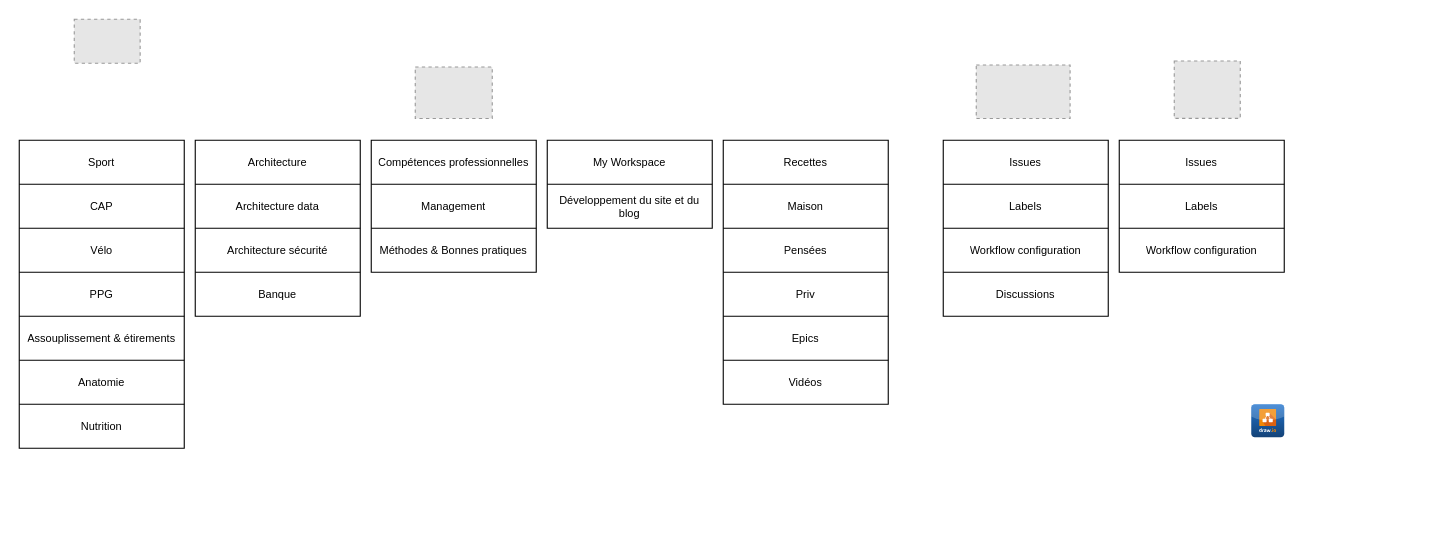
TheFeloDevTeam/Diagrams keeps this draw.io diagram as MyDesktop.drawio. Above is the earlier version. Source tidied: cells renumbered, new cells numbered last; positions are measured from the earlier drawing's top-left corner, leaving out a move shared by most shapes. Both pictures are drawn from the tidied source at 110%, with x=0, y=0 at pixel (19, 19). Pictures stored in the file or linked from it are replaced by grey dashed boxes.
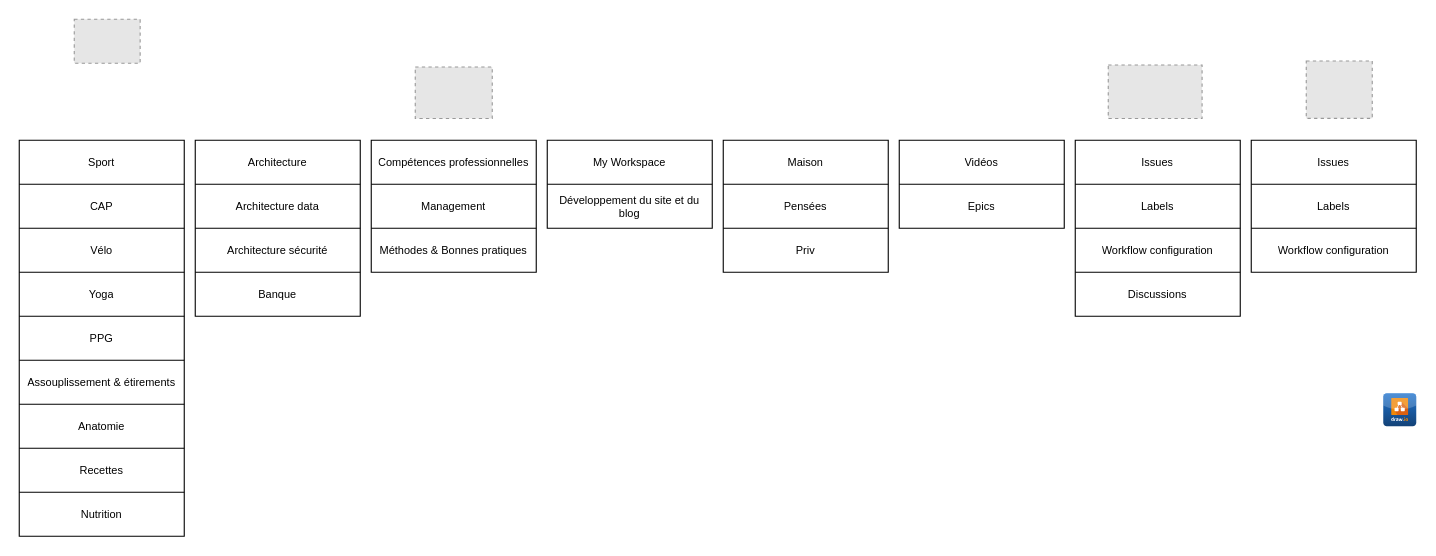
Above is the later version.

The edit, as a diff of the source:
```diff
@@
     <mxCell id="6" style="fillColor=#E6E6E6;strokeColor=#999999;dashed=1;verticalLabelPosition=bottom;labelBackgroundColor=#ffffff;verticalAlign=top;" parent="1" vertex="1">
-      <mxGeometry x="870" y="41.6" width="85.3" height="48.6" as="geometry" />
+      <mxGeometry x="990" y="41.6" width="85.3" height="48.6" as="geometry" />
     </mxCell>
     <mxCell id="7" style="fillColor=#E6E6E6;strokeColor=#999999;dashed=1;verticalLabelPosition=bottom;labelBackgroundColor=#ffffff;verticalAlign=top;" parent="1" vertex="1">
-      <mxGeometry x="1050" y="38" width="60" height="52.1" as="geometry" />
+      <mxGeometry x="1170" y="38" width="60" height="52.1" as="geometry" />
     </mxCell>
     <mxCell id="8" style="shape=table;html=1;whiteSpace=wrap;startSize=0;childLayout=tableLayout;fontSize=10;spacing=4;" parent="1" vertex="1">
-      <mxGeometry x="1000" y="110" width="150" height="120" as="geometry" />
+      <mxGeometry x="1120" y="110" width="150" height="120" as="geometry" />
     </mxCell>
@@
     <mxCell id="15" style="shape=table;html=1;whiteSpace=wrap;startSize=0;childLayout=tableLayout;fontSize=10;spacing=4;" parent="1" vertex="1">
-      <mxGeometry x="840" y="110" width="150" height="160" as="geometry" />
+      <mxGeometry x="960" y="110" width="150" height="160" as="geometry" />
     </mxCell>
@@
     <mxCell id="24" style="shape=table;whiteSpace=wrap;startSize=0;childLayout=tableLayout;spacing=4;html=1;fontSize=12;" parent="1" vertex="1">
-      <mxGeometry y="110" width="150" height="280" as="geometry" />
+      <mxGeometry y="110" width="150" height="360" as="geometry" />
     </mxCell>
@@
+    <mxCell id="74" style="shape=partialRectangle;html=1;whiteSpace=wrap;fillColor=none;top=0;left=0;bottom=0;right=0;" parent="24" vertex="1">
+      <mxGeometry y="120" width="150" height="40" as="geometry" />
+    </mxCell>
+    <mxCell id="75" value="Yoga" style="shape=partialRectangle;html=1;whiteSpace=wrap;fillColor=none;top=0;left=0;bottom=0;right=0;overflow=hidden;spacing=4;fontSize=10;" parent="74" vertex="1">
+      <mxGeometry width="150" height="40" as="geometry" />
+    </mxCell>
     <mxCell id="31" style="shape=partialRectangle;html=1;whiteSpace=wrap;fillColor=none;top=0;left=0;bottom=0;right=0;" parent="24" vertex="1">
-      <mxGeometry y="120" width="150" height="40" as="geometry" />
+      <mxGeometry y="160" width="150" height="40" as="geometry" />
     </mxCell>
@@
     <mxCell id="33" style="shape=partialRectangle;html=1;whiteSpace=wrap;fillColor=none;top=0;left=0;bottom=0;right=0;" parent="24" vertex="1">
-      <mxGeometry y="160" width="150" height="40" as="geometry" />
+      <mxGeometry y="200" width="150" height="40" as="geometry" />
     </mxCell>
@@
     <mxCell id="35" style="shape=partialRectangle;html=1;whiteSpace=wrap;fillColor=none;top=0;left=0;bottom=0;right=0;" parent="24" vertex="1">
-      <mxGeometry y="200" width="150" height="40" as="geometry" />
+      <mxGeometry y="240" width="150" height="40" as="geometry" />
     </mxCell>
@@
+    <mxCell id="61" style="shape=partialRectangle;html=1;whiteSpace=wrap;fillColor=none;top=0;left=0;bottom=0;right=0;fontSize=10;spacing=4;" parent="24" vertex="1">
+      <mxGeometry y="280" width="150" height="40" as="geometry" />
+    </mxCell>
+    <mxCell id="62" value="Recettes" style="shape=partialRectangle;html=1;whiteSpace=wrap;fillColor=none;top=0;left=0;bottom=0;right=0;overflow=hidden;fontSize=10;spacing=4;" parent="61" vertex="1">
+      <mxGeometry width="150" height="40" as="geometry" />
+    </mxCell>
     <mxCell id="37" style="shape=partialRectangle;html=1;whiteSpace=wrap;fillColor=none;top=0;left=0;bottom=0;right=0;" parent="24" vertex="1">
-      <mxGeometry y="240" width="150" height="40" as="geometry" />
+      <mxGeometry y="320" width="150" height="40" as="geometry" />
     </mxCell>
@@
     <mxCell id="60" style="shape=table;html=1;whiteSpace=wrap;startSize=0;childLayout=tableLayout;fontSize=10;spacing=4;" parent="1" vertex="1">
-      <mxGeometry x="640" y="110" width="150" height="240" as="geometry" />
+      <mxGeometry x="640" y="110" width="150" height="120" as="geometry" />
     </mxCell>
-    <mxCell id="61" style="shape=partialRectangle;html=1;whiteSpace=wrap;fillColor=none;top=0;left=0;bottom=0;right=0;fontSize=10;spacing=4;" parent="60" vertex="1">
-      <mxGeometry width="150" height="40" as="geometry" />
-    </mxCell>
-    <mxCell id="62" value="Recettes" style="shape=partialRectangle;html=1;whiteSpace=wrap;fillColor=none;top=0;left=0;bottom=0;right=0;overflow=hidden;fontSize=10;spacing=4;" parent="61" vertex="1">
-      <mxGeometry width="150" height="40" as="geometry" />
-    </mxCell>
     <mxCell id="63" style="shape=partialRectangle;html=1;whiteSpace=wrap;fillColor=none;top=0;left=0;bottom=0;right=0;fontSize=10;spacing=4;" parent="60" vertex="1">
-      <mxGeometry y="40" width="150" height="40" as="geometry" />
+      <mxGeometry width="150" height="40" as="geometry" />
     </mxCell>
@@
     <mxCell id="65" style="shape=partialRectangle;html=1;whiteSpace=wrap;fillColor=none;top=0;left=0;bottom=0;right=0;fontSize=10;spacing=4;" parent="60" vertex="1">
-      <mxGeometry y="80" width="150" height="40" as="geometry" />
+      <mxGeometry y="40" width="150" height="40" as="geometry" />
     </mxCell>
@@
     <mxCell id="67" style="shape=partialRectangle;html=1;whiteSpace=wrap;fillColor=none;top=0;left=0;bottom=0;right=0;fontSize=10;spacing=4;" parent="60" vertex="1">
-      <mxGeometry y="120" width="150" height="40" as="geometry" />
+      <mxGeometry y="80" width="150" height="40" as="geometry" />
     </mxCell>
@@
-    <mxCell id="69" style="shape=partialRectangle;html=1;whiteSpace=wrap;fillColor=none;top=0;left=0;bottom=0;right=0;fontSize=10;spacing=4;" parent="60" vertex="1">
-      <mxGeometry y="160" width="150" height="40" as="geometry" />
-    </mxCell>
+    <mxCell id="73" style="dashed=0;html=1;align=center;labelPosition=center;verticalLabelPosition=bottom;verticalAlign=top;shape=mxgraph.webicons.drawio2;fillColor=#2174CE;gradientColor=#134277;" parent="1" vertex="1">
+      <mxGeometry x="1240" y="340" width="30" height="30" as="geometry" />
+    </mxCell>
+    <mxCell id="76" style="shape=table;html=1;whiteSpace=wrap;startSize=0;childLayout=tableLayout;fontSize=10;spacing=4;" parent="1" vertex="1">
+      <mxGeometry x="800" y="110" width="150" height="80" as="geometry" />
+    </mxCell>
+    <mxCell id="77" style="shape=partialRectangle;html=1;whiteSpace=wrap;fillColor=none;top=0;left=0;bottom=0;right=0;fontSize=10;spacing=4;" parent="76" vertex="1">
+      <mxGeometry width="150" height="40" as="geometry" />
+    </mxCell>
+    <mxCell id="72" value="Vidéos" style="shape=partialRectangle;html=1;whiteSpace=wrap;fillColor=none;top=0;left=0;bottom=0;right=0;overflow=hidden;fontSize=10;spacing=4;" parent="77" vertex="1">
+      <mxGeometry width="150" height="40" as="geometry" />
+    </mxCell>
+    <mxCell id="78" style="shape=partialRectangle;html=1;whiteSpace=wrap;fillColor=none;top=0;left=0;bottom=0;right=0;fontSize=10;spacing=4;" parent="76" vertex="1">
+      <mxGeometry y="40" width="150" height="40" as="geometry" />
+    </mxCell>
-    <mxCell id="70" value="Epics" style="shape=partialRectangle;html=1;whiteSpace=wrap;fillColor=none;top=0;left=0;bottom=0;right=0;overflow=hidden;fontSize=10;spacing=4;" parent="69" vertex="1">
+    <mxCell id="70" value="Epics" style="shape=partialRectangle;html=1;whiteSpace=wrap;fillColor=none;top=0;left=0;bottom=0;right=0;overflow=hidden;fontSize=10;spacing=4;" parent="78" vertex="1">
       <mxGeometry width="150" height="40" as="geometry" />
     </mxCell>
-    <mxCell id="71" style="shape=partialRectangle;html=1;whiteSpace=wrap;fillColor=none;top=0;left=0;bottom=0;right=0;fontSize=10;spacing=4;" parent="60" vertex="1">
-      <mxGeometry y="200" width="150" height="40" as="geometry" />
-    </mxCell>
-    <mxCell id="72" value="Vidéos" style="shape=partialRectangle;html=1;whiteSpace=wrap;fillColor=none;top=0;left=0;bottom=0;right=0;overflow=hidden;fontSize=10;spacing=4;" parent="71" vertex="1">
-      <mxGeometry width="150" height="40" as="geometry" />
-    </mxCell>
-    <mxCell id="73" style="dashed=0;html=1;align=center;labelPosition=center;verticalLabelPosition=bottom;verticalAlign=top;shape=mxgraph.webicons.drawio2;fillColor=#2174CE;gradientColor=#134277;" parent="1" vertex="1">
-      <mxGeometry x="1120" y="350" width="30" height="30" as="geometry" />
-    </mxCell>
```
